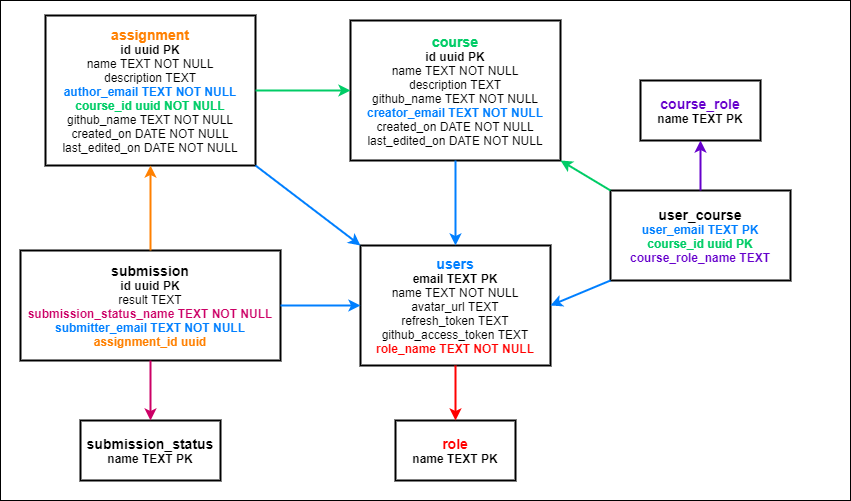
Before: backend/docs/greader-db-tables.png, a diagram exported from draw.io (ZdravkoGyurov/grader). Source tidied: cells renumbered, new cells last; positions are measured from the earlier drawing's top-left corner, leaving out a move shared by most shapes. Source of this version:
```xml
<mxGraphModel>
  <root>
    <mxCell id="0" />
    <mxCell id="1" parent="0" />
    <mxCell id="2" style="rounded=0;whiteSpace=wrap;html=1;fillColor=#FFFFFF;" parent="1" vertex="1">
      <mxGeometry width="850" height="500" as="geometry" />
    </mxCell>
    <mxCell id="3" value="&lt;font color=&quot;#ff0000&quot;&gt;&lt;b&gt;&lt;font style=&quot;font-size: 14px&quot;&gt;role&lt;/font&gt;&lt;/b&gt;&lt;br&gt;&lt;/font&gt;&lt;b&gt;name TEXT PK&lt;/b&gt;" style="rounded=0;whiteSpace=wrap;html=1;fillColor=#FFFFFF;fontColor=#000000;strokeColor=#000000;strokeWidth=2;" parent="1" vertex="1">
      <mxGeometry x="395" y="420" width="120" height="60" as="geometry" />
    </mxCell>
    <mxCell id="4" value="&lt;b style=&quot;font-size: 14px&quot;&gt;&lt;font color=&quot;#6600cc&quot;&gt;course_role&lt;br&gt;&lt;/font&gt;&lt;/b&gt;&lt;b&gt;name TEXT PK&lt;/b&gt;" style="rounded=0;whiteSpace=wrap;html=1;fillColor=#FFFFFF;fontColor=#000000;strokeColor=#000000;strokeWidth=2;" parent="1" vertex="1">
      <mxGeometry x="640" y="80" width="120" height="60" as="geometry" />
    </mxCell>
    <mxCell id="5" value="&lt;b&gt;&lt;font style=&quot;font-size: 14px&quot;&gt;submission_status&lt;/font&gt;&lt;/b&gt;&lt;br&gt;&lt;b&gt;name TEXT PK&lt;/b&gt;" style="rounded=0;whiteSpace=wrap;html=1;fillColor=#FFFFFF;fontColor=#000000;strokeColor=#000000;strokeWidth=2;" parent="1" vertex="1">
      <mxGeometry x="80" y="420" width="140" height="60" as="geometry" />
    </mxCell>
    <mxCell id="6" value="&lt;font color=&quot;#007fff&quot;&gt;&lt;b&gt;&lt;font style=&quot;font-size: 14px&quot;&gt;users&lt;/font&gt;&lt;/b&gt;&lt;br&gt;&lt;/font&gt;&lt;b&gt;email TEXT PK&lt;/b&gt;&lt;br&gt;name TEXT NOT NULL&lt;br&gt;avatar_url TEXT&lt;br&gt;refresh_token TEXT&lt;br&gt;github_access_token TEXT&lt;br&gt;&lt;font color=&quot;#ff0000&quot;&gt;&lt;b&gt;role_name TEXT NOT NULL&lt;/b&gt;&lt;/font&gt;" style="rounded=0;whiteSpace=wrap;html=1;fillColor=#FFFFFF;fontColor=#000000;strokeColor=#000000;strokeWidth=2;" parent="1" vertex="1">
      <mxGeometry x="360" y="245" width="190" height="120" as="geometry" />
    </mxCell>
    <mxCell id="7" value="&lt;b&gt;&lt;font color=&quot;#00cc66&quot;&gt;&lt;font style=&quot;font-size: 14px&quot;&gt;course&lt;/font&gt;&lt;br&gt;&lt;/font&gt;id uuid PK&lt;/b&gt;&lt;br&gt;name TEXT NOT NULL&lt;br&gt;description TEXT&lt;br&gt;github_name TEXT NOT NULL&lt;br&gt;&lt;b&gt;&lt;font color=&quot;#007fff&quot;&gt;creator_email TEXT NOT NULL&lt;/font&gt;&lt;/b&gt;&lt;br&gt;created_on DATE NOT NULL&lt;br&gt;last_edited_on DATE NOT NULL" style="rounded=0;whiteSpace=wrap;html=1;fillColor=#FFFFFF;fontColor=#000000;strokeWidth=2;strokeColor=#000000;" parent="1" vertex="1">
      <mxGeometry x="350" y="20" width="210" height="140" as="geometry" />
    </mxCell>
    <mxCell id="8" value="&lt;b style=&quot;font-size: 14px&quot;&gt;&lt;font color=&quot;#ff8000&quot;&gt;assignment&lt;br&gt;&lt;/font&gt;&lt;/b&gt;&lt;b&gt;id uuid PK&lt;/b&gt;&lt;br&gt;name TEXT NOT NULL&lt;br&gt;description TEXT&lt;br&gt;&lt;b&gt;&lt;font color=&quot;#007fff&quot;&gt;author_email TEXT NOT NULL&lt;br&gt;&lt;/font&gt;&lt;font color=&quot;#00cc66&quot;&gt;course_id uuid NOT NULL&lt;/font&gt;&lt;br&gt;&lt;/b&gt;github_name TEXT NOT NULL&lt;br&gt;created_on DATE NOT NULL&lt;br&gt;last_edited_on DATE NOT NULL" style="rounded=0;whiteSpace=wrap;html=1;fillColor=#FFFFFF;fontColor=#000000;strokeWidth=2;strokeColor=#000000;" parent="1" vertex="1">
      <mxGeometry x="45" y="15" width="210" height="150" as="geometry" />
    </mxCell>
    <mxCell id="9" value="&lt;b&gt;&lt;font style=&quot;font-size: 14px&quot;&gt;submission&lt;/font&gt;&lt;br&gt;id uuid PK&lt;br&gt;&lt;/b&gt;result TEXT&lt;br&gt;&lt;b&gt;&lt;font color=&quot;#cc0066&quot;&gt;submission_status_name TEXT NOT NULL&lt;br&gt;&lt;/font&gt;&lt;font color=&quot;#007fff&quot;&gt;submitter_email TEXT NOT NULL&lt;br&gt;&lt;/font&gt;&lt;font color=&quot;#ff8000&quot;&gt;assignment_id uuid&lt;/font&gt;&lt;/b&gt;" style="rounded=0;whiteSpace=wrap;html=1;fillColor=#FFFFFF;fontColor=#000000;strokeColor=#000000;strokeWidth=2;" parent="1" vertex="1">
      <mxGeometry x="20" y="250" width="260" height="110" as="geometry" />
    </mxCell>
    <mxCell id="10" value="&lt;b style=&quot;font-size: 14px&quot;&gt;user_course&lt;br&gt;&lt;/b&gt;&lt;font color=&quot;#007fff&quot; style=&quot;font-weight: bold&quot;&gt;user_email TEXT PK&lt;br&gt;&lt;/font&gt;&lt;b&gt;&lt;font color=&quot;#00cc66&quot;&gt;course_id uuid PK&lt;br&gt;&lt;/font&gt;&lt;font color=&quot;#6600cc&quot;&gt;course_role_name TEXT&lt;/font&gt;&lt;/b&gt;" style="rounded=0;whiteSpace=wrap;html=1;fillColor=#FFFFFF;fontColor=#000000;strokeColor=#000000;strokeWidth=2;" parent="1" vertex="1">
      <mxGeometry x="610" y="190" width="180" height="90" as="geometry" />
    </mxCell>
    <mxCell id="11" style="endArrow=classic;html=1;fontColor=#FF0000;exitX=0.5;exitY=1;exitDx=0;exitDy=0;entryX=0.5;entryY=0;entryDx=0;entryDy=0;strokeColor=#FF0000;jumpSize=6;strokeWidth=2;" parent="1" edge="1" source="6" target="3">
      <mxGeometry relative="1" as="geometry" />
    </mxCell>
    <mxCell id="12" style="endArrow=classic;html=1;fontColor=#FF0000;exitX=0.5;exitY=1;exitDx=0;exitDy=0;entryX=0.5;entryY=0;entryDx=0;entryDy=0;strokeColor=#007FFF;strokeWidth=2;" parent="1" edge="1" source="7" target="6">
      <mxGeometry relative="1" as="geometry" />
    </mxCell>
    <mxCell id="13" style="endArrow=classic;html=1;fontColor=#FF0000;exitX=1;exitY=1;exitDx=0;exitDy=0;entryX=0;entryY=0;entryDx=0;entryDy=0;strokeColor=#007FFF;strokeWidth=2;" parent="1" edge="1" source="8" target="6">
      <mxGeometry relative="1" as="geometry" />
    </mxCell>
    <mxCell id="14" style="endArrow=classic;html=1;fontColor=#FF0000;exitX=1;exitY=0.5;exitDx=0;exitDy=0;entryX=0;entryY=0.5;entryDx=0;entryDy=0;strokeColor=#00CC66;strokeWidth=2;" parent="1" edge="1" source="8" target="7">
      <mxGeometry relative="1" as="geometry" />
    </mxCell>
    <mxCell id="15" style="endArrow=classic;html=1;fontColor=#FF0000;exitX=0.5;exitY=0;exitDx=0;exitDy=0;entryX=0.5;entryY=1;entryDx=0;entryDy=0;strokeColor=#FF8000;strokeWidth=2;" parent="1" edge="1" source="9" target="8">
      <mxGeometry relative="1" as="geometry" />
    </mxCell>
    <mxCell id="16" style="endArrow=classic;html=1;fontColor=#FF0000;exitX=1;exitY=0.5;exitDx=0;exitDy=0;entryX=0;entryY=0.5;entryDx=0;entryDy=0;strokeColor=#007FFF;strokeWidth=2;" parent="1" edge="1" source="9" target="6">
      <mxGeometry relative="1" as="geometry" />
    </mxCell>
    <mxCell id="17" style="endArrow=classic;html=1;fontColor=#FF0000;entryX=0.5;entryY=0;entryDx=0;entryDy=0;strokeColor=#CC0066;strokeWidth=2;exitX=0.5;exitY=1;exitDx=0;exitDy=0;" parent="1" edge="1" source="9" target="5">
      <mxGeometry relative="1" as="geometry" />
    </mxCell>
    <mxCell id="18" style="endArrow=classic;html=1;fontColor=#FF0000;exitX=0;exitY=1;exitDx=0;exitDy=0;entryX=1;entryY=0.5;entryDx=0;entryDy=0;strokeColor=#007FFF;strokeWidth=2;" parent="1" edge="1" source="10" target="6">
      <mxGeometry relative="1" as="geometry" />
    </mxCell>
    <mxCell id="19" style="endArrow=classic;html=1;fontColor=#FF0000;exitX=0;exitY=0;exitDx=0;exitDy=0;entryX=1;entryY=1;entryDx=0;entryDy=0;strokeColor=#00CC66;strokeWidth=2;" parent="1" edge="1" source="10" target="7">
      <mxGeometry relative="1" as="geometry" />
    </mxCell>
    <mxCell id="20" style="endArrow=classic;html=1;fontColor=#FF0000;exitX=0.5;exitY=0;exitDx=0;exitDy=0;entryX=0.5;entryY=1;entryDx=0;entryDy=0;strokeColor=#6600CC;strokeWidth=2;" parent="1" edge="1" source="10" target="4">
      <mxGeometry relative="1" as="geometry" />
    </mxCell>
  </root>
</mxGraphModel>
```
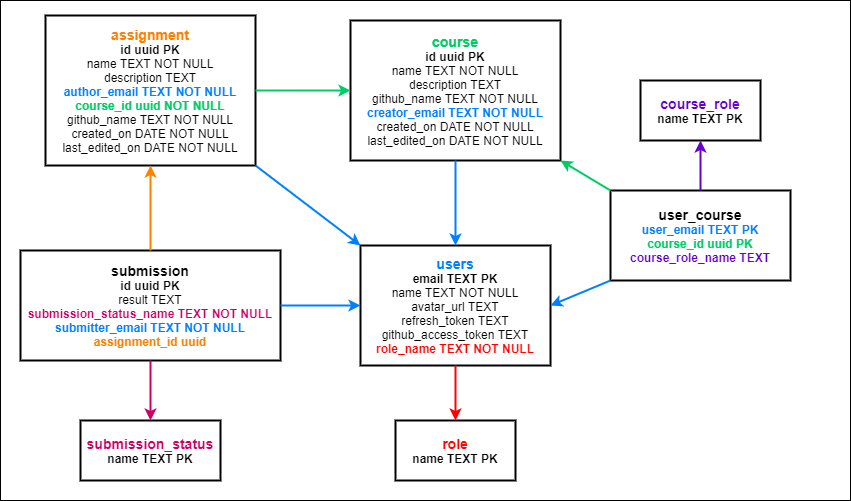
Later version of the same file.

Commit message:
fix db diagram color

The edit, as a diff of the source:
```diff
@@ -11,7 +11,7 @@
     <mxCell id="4" value="&lt;b style=&quot;font-size: 14px&quot;&gt;&lt;font color=&quot;#6600cc&quot;&gt;course_role&lt;br&gt;&lt;/font&gt;&lt;/b&gt;&lt;b&gt;name TEXT PK&lt;/b&gt;" style="rounded=0;whiteSpace=wrap;html=1;fillColor=#FFFFFF;fontColor=#000000;strokeColor=#000000;strokeWidth=2;" parent="1" vertex="1">
       <mxGeometry x="640" y="80" width="120" height="60" as="geometry" />
     </mxCell>
-    <mxCell id="5" value="&lt;b&gt;&lt;font style=&quot;font-size: 14px&quot;&gt;submission_status&lt;/font&gt;&lt;/b&gt;&lt;br&gt;&lt;b&gt;name TEXT PK&lt;/b&gt;" style="rounded=0;whiteSpace=wrap;html=1;fillColor=#FFFFFF;fontColor=#000000;strokeColor=#000000;strokeWidth=2;" parent="1" vertex="1">
+    <mxCell id="5" value="&lt;font color=&quot;#cc0066&quot;&gt;&lt;b&gt;&lt;font style=&quot;font-size: 14px&quot;&gt;submission_status&lt;/font&gt;&lt;/b&gt;&lt;br&gt;&lt;/font&gt;&lt;b&gt;name TEXT PK&lt;/b&gt;" style="rounded=0;whiteSpace=wrap;html=1;fillColor=#FFFFFF;fontColor=#000000;strokeColor=#000000;strokeWidth=2;" parent="1" vertex="1">
       <mxGeometry x="80" y="420" width="140" height="60" as="geometry" />
     </mxCell>
     <mxCell id="6" value="&lt;font color=&quot;#007fff&quot;&gt;&lt;b&gt;&lt;font style=&quot;font-size: 14px&quot;&gt;users&lt;/font&gt;&lt;/b&gt;&lt;br&gt;&lt;/font&gt;&lt;b&gt;email TEXT PK&lt;/b&gt;&lt;br&gt;name TEXT NOT NULL&lt;br&gt;avatar_url TEXT&lt;br&gt;refresh_token TEXT&lt;br&gt;github_access_token TEXT&lt;br&gt;&lt;font color=&quot;#ff0000&quot;&gt;&lt;b&gt;role_name TEXT NOT NULL&lt;/b&gt;&lt;/font&gt;" style="rounded=0;whiteSpace=wrap;html=1;fillColor=#FFFFFF;fontColor=#000000;strokeColor=#000000;strokeWidth=2;" parent="1" vertex="1">
```
